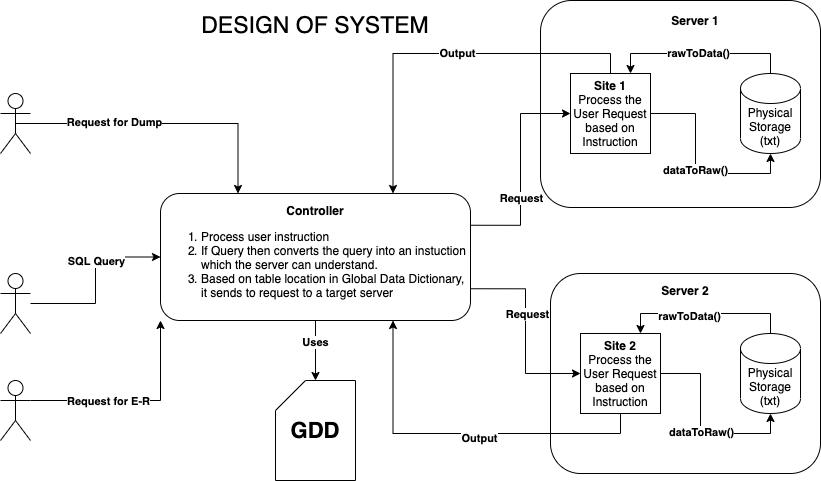
Earlier version of the draw.io export project-design.png (ndhola/database-management-system). Source tidied: cells renumbered, new cells last; positions are measured from the earlier drawing's top-left corner, leaving out a move shared by most shapes.
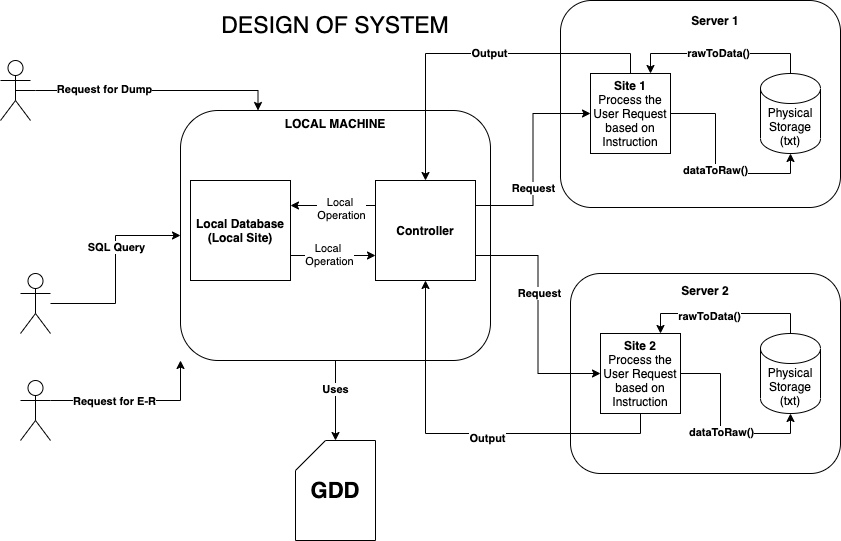
After the commit.

The edit, as a diff of the source:
```diff
@@ -8,28 +8,16 @@
     <mxCell id="3" style="rounded=1;whiteSpace=wrap;html=1;" parent="1" vertex="1">
       <mxGeometry x="540" width="280" height="207" as="geometry" />
     </mxCell>
-    <mxCell id="4" style="edgeStyle=orthogonalEdgeStyle;rounded=0;jettySize=auto;html=1;exitX=1;exitY=0.25;exitDx=0;exitDy=0;entryX=0;entryY=0.5;entryDx=0;entryDy=0;" parent="1" edge="1" source="10" target="15">
-      <mxGeometry relative="1" as="geometry" />
-    </mxCell>
-    <mxCell id="5" value="&lt;b&gt;Request&lt;/b&gt;" style="edgeLabel;html=1;align=center;verticalAlign=middle;" parent="4" vertex="1">
-      <mxGeometry x="-0.28" relative="1" as="geometry" />
-    </mxCell>
-    <mxCell id="6" style="edgeStyle=orthogonalEdgeStyle;rounded=0;jettySize=auto;html=1;exitX=1;exitY=0.75;exitDx=0;exitDy=0;entryX=0;entryY=0.5;entryDx=0;entryDy=0;" parent="1" edge="1" source="10" target="20">
-      <mxGeometry relative="1" as="geometry" />
-    </mxCell>
-    <mxCell id="7" value="&lt;b&gt;Request&lt;/b&gt;" style="edgeLabel;html=1;align=center;verticalAlign=middle;" parent="6" vertex="1">
-      <mxGeometry x="-0.18" y="1" relative="1" as="geometry" />
-    </mxCell>
     <mxCell id="8" style="edgeStyle=orthogonalEdgeStyle;rounded=0;jettySize=auto;html=1;" parent="1" edge="1" source="10" target="39">
       <mxGeometry relative="1" as="geometry" />
     </mxCell>
     <mxCell id="9" value="&lt;b&gt;Uses&lt;/b&gt;" style="edgeLabel;html=1;align=center;verticalAlign=middle;" parent="8" vertex="1">
       <mxGeometry x="-0.3" y="-1" relative="1" as="geometry" />
     </mxCell>
-    <mxCell id="10" value="&lt;b&gt;Controller&lt;/b&gt;&lt;br&gt;&lt;div style=&quot;text-align: left&quot;&gt;&lt;ol&gt;&lt;li&gt;&lt;span&gt;Process user instruction&lt;/span&gt;&lt;/li&gt;&lt;li&gt;If Query then converts the query into an instuction which the server can understand.&lt;/li&gt;&lt;li&gt;Based on table location in Global Data Dictionary, it sends to request to a target server&lt;/li&gt;&lt;/ol&gt;&lt;/div&gt;" style="rounded=1;whiteSpace=wrap;html=1;" parent="1" vertex="1">
-      <mxGeometry x="160" y="193" width="310" height="127" as="geometry" />
+    <mxCell id="10" style="rounded=1;whiteSpace=wrap;html=1;" parent="1" vertex="1">
+      <mxGeometry x="160" y="110" width="310" height="250" as="geometry" />
     </mxCell>
-    <mxCell id="11" style="edgeStyle=orthogonalEdgeStyle;rounded=0;jettySize=auto;html=1;exitX=0.5;exitY=0;exitDx=0;exitDy=0;entryX=0.75;entryY=0;entryDx=0;entryDy=0;" parent="1" edge="1" source="15" target="10">
+    <mxCell id="11" style="edgeStyle=orthogonalEdgeStyle;rounded=0;jettySize=auto;html=1;exitX=0.5;exitY=0;exitDx=0;exitDy=0;entryX=0.5;entryY=0;entryDx=0;entryDy=0;" parent="1" edge="1" source="15" target="42">
       <mxGeometry relative="1" as="geometry" />
     </mxCell>
     <mxCell id="12" value="&lt;b&gt;Output&lt;/b&gt;" style="edgeLabel;html=1;align=center;verticalAlign=middle;" parent="11" vertex="1">
@@ -44,7 +32,7 @@
     <mxCell id="15" value="&lt;b&gt;Site 1&lt;br&gt;&lt;/b&gt;Process the User Request based on Instruction" style="whiteSpace=wrap;html=1;" parent="1" vertex="1">
       <mxGeometry x="570" y="73" width="80" height="80" as="geometry" />
     </mxCell>
-    <mxCell id="16" style="edgeStyle=orthogonalEdgeStyle;rounded=0;jettySize=auto;html=1;entryX=0.75;entryY=1;entryDx=0;entryDy=0;exitX=0.5;exitY=1;exitDx=0;exitDy=0;" parent="1" edge="1" source="20" target="10">
+    <mxCell id="16" style="edgeStyle=orthogonalEdgeStyle;rounded=0;jettySize=auto;html=1;entryX=0.5;entryY=1;entryDx=0;entryDy=0;exitX=0.5;exitY=1;exitDx=0;exitDy=0;" parent="1" edge="1" source="20" target="42">
       <mxGeometry relative="1" as="geometry" />
     </mxCell>
     <mxCell id="17" value="&lt;b&gt;Output&lt;/b&gt;" style="edgeLabel;html=1;align=center;verticalAlign=middle;" parent="16" vertex="1">
@@ -60,13 +48,18 @@
       <mxGeometry x="580" y="333" width="80" height="80" as="geometry" />
     </mxCell>
     <mxCell id="21" style="edgeStyle=orthogonalEdgeStyle;rounded=0;jettySize=auto;html=1;exitX=0.5;exitY=0.5;exitDx=0;exitDy=0;exitPerimeter=0;entryX=0.25;entryY=0;entryDx=0;entryDy=0;" parent="1" edge="1" source="23" target="10">
-      <mxGeometry relative="1" as="geometry" />
+      <mxGeometry relative="1" as="geometry">
+        <Array as="points">
+          <mxPoint x="15" y="90" />
+          <mxPoint x="238" y="90" />
+        </Array>
+      </mxGeometry>
     </mxCell>
     <mxCell id="22" value="&lt;b&gt;Request for Dump&lt;/b&gt;" style="edgeLabel;html=1;align=center;verticalAlign=middle;" parent="21" vertex="1">
       <mxGeometry x="-0.33" y="2" relative="1" as="geometry" />
     </mxCell>
     <mxCell id="23" style="shape=umlActor;verticalLabelPosition=bottom;verticalAlign=top;html=1;outlineConnect=0;" parent="1" vertex="1">
-      <mxGeometry y="93" width="30" height="60" as="geometry" />
+      <mxGeometry x="-20" y="60" width="30" height="60" as="geometry" />
     </mxCell>
     <mxCell id="24" style="edgeStyle=orthogonalEdgeStyle;rounded=0;jettySize=auto;html=1;entryX=0;entryY=0.5;entryDx=0;entryDy=0;" parent="1" edge="1" source="26" target="10">
       <mxGeometry relative="1" as="geometry" />
@@ -119,7 +112,42 @@
       <mxGeometry y="380" width="30" height="60" as="geometry" />
     </mxCell>
     <mxCell id="39" value="&lt;b&gt;&lt;font style=&quot;font-size: 22px&quot;&gt;GDD&lt;/font&gt;&lt;/b&gt;" style="shape=card;whiteSpace=wrap;html=1;" parent="1" vertex="1">
-      <mxGeometry x="275" y="380" width="80" height="100" as="geometry" />
+      <mxGeometry x="275" y="440" width="80" height="100" as="geometry" />
     </mxCell>
+    <mxCell id="40" style="edgeStyle=orthogonalEdgeStyle;rounded=0;jettySize=auto;html=1;exitX=0;exitY=0.25;exitDx=0;exitDy=0;entryX=1;entryY=0.25;entryDx=0;entryDy=0;" parent="1" edge="1" source="42" target="45">
+      <mxGeometry relative="1" as="geometry" />
+    </mxCell>
+    <mxCell id="41" value="Local&amp;nbsp;&lt;br&gt;Operation" style="edgeLabel;html=1;align=center;verticalAlign=middle;" parent="40" vertex="1">
+      <mxGeometry x="0.17" y="-1" relative="1" as="geometry">
+        <mxPoint x="15" y="3" as="offset" />
+      </mxGeometry>
+    </mxCell>
+    <mxCell id="42" value="&lt;b&gt;Controller&lt;/b&gt;" style="whiteSpace=wrap;html=1;" parent="1" vertex="1">
+      <mxGeometry x="355" y="180" width="100" height="100" as="geometry" />
+    </mxCell>
+    <mxCell id="43" style="edgeStyle=orthogonalEdgeStyle;rounded=0;jettySize=auto;html=1;exitX=1;exitY=0.75;exitDx=0;exitDy=0;entryX=0;entryY=0.75;entryDx=0;entryDy=0;" parent="1" edge="1" source="45" target="42">
+      <mxGeometry relative="1" as="geometry" />
+    </mxCell>
+    <mxCell id="44" value="Local &lt;br&gt;Operation" style="edgeLabel;html=1;align=center;verticalAlign=middle;" parent="43" vertex="1">
+      <mxGeometry x="-0.11" y="2" relative="1" as="geometry" />
+    </mxCell>
+    <mxCell id="45" value="&lt;b&gt;Local Database&lt;br&gt;(Local Site)&lt;br&gt;&lt;/b&gt;" style="whiteSpace=wrap;html=1;" parent="1" vertex="1">
+      <mxGeometry x="170" y="180" width="100" height="100" as="geometry" />
+    </mxCell>
+    <mxCell id="46" value="&lt;b&gt;LOCAL MACHINE&lt;/b&gt;" style="text;html=1;strokeColor=none;fillColor=none;align=center;verticalAlign=middle;whiteSpace=wrap;rounded=0;" parent="1" vertex="1">
+      <mxGeometry x="225" y="93" width="180" height="60" as="geometry" />
+    </mxCell>
+    <mxCell id="4" style="edgeStyle=orthogonalEdgeStyle;rounded=0;jettySize=auto;html=1;exitX=1;exitY=0.25;exitDx=0;exitDy=0;entryX=0;entryY=0.5;entryDx=0;entryDy=0;" parent="1" edge="1" source="42" target="15">
+      <mxGeometry relative="1" as="geometry" />
+    </mxCell>
+    <mxCell id="5" value="&lt;b&gt;Request&lt;/b&gt;" style="edgeLabel;html=1;align=center;verticalAlign=middle;" parent="4" vertex="1">
+      <mxGeometry x="-0.28" relative="1" as="geometry" />
+    </mxCell>
+    <mxCell id="6" style="edgeStyle=orthogonalEdgeStyle;rounded=0;jettySize=auto;html=1;exitX=1;exitY=0.75;exitDx=0;exitDy=0;entryX=0;entryY=0.5;entryDx=0;entryDy=0;" parent="1" edge="1" source="42" target="20">
+      <mxGeometry relative="1" as="geometry" />
+    </mxCell>
+    <mxCell id="7" value="&lt;b&gt;Request&lt;/b&gt;" style="edgeLabel;html=1;align=center;verticalAlign=middle;" parent="6" vertex="1">
+      <mxGeometry x="-0.18" y="1" relative="1" as="geometry" />
+    </mxCell>
   </root>
 </mxGraphModel>
```
